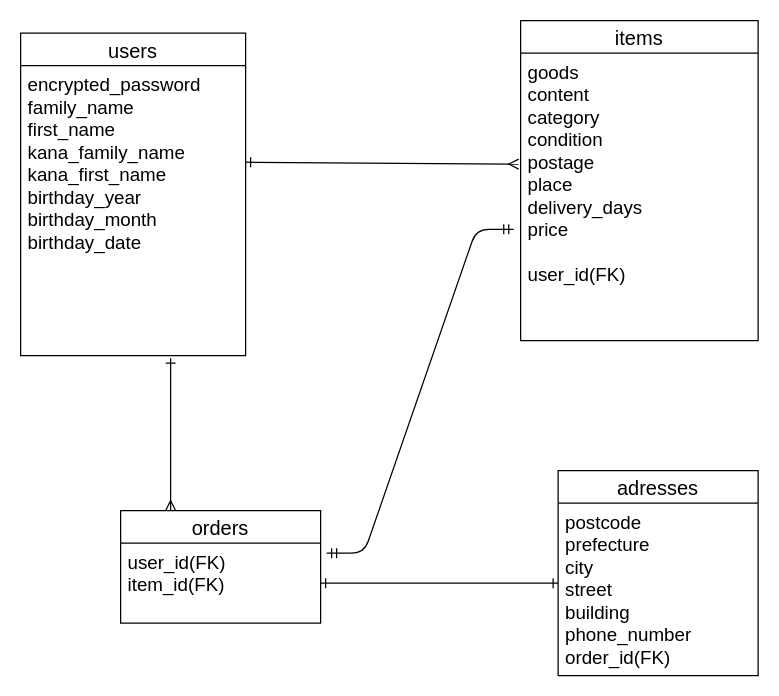
snocoh/furima-38972 keeps this draw.io diagram as er.dio. Above is the earlier version. Source tidied: cells renumbered, new cells numbered last; positions are measured from the earlier drawing's top-left corner, leaving out a move shared by most shapes. Both pictures are drawn from the tidied source at 125%, with x=0, y=0 at pixel (20, 20).
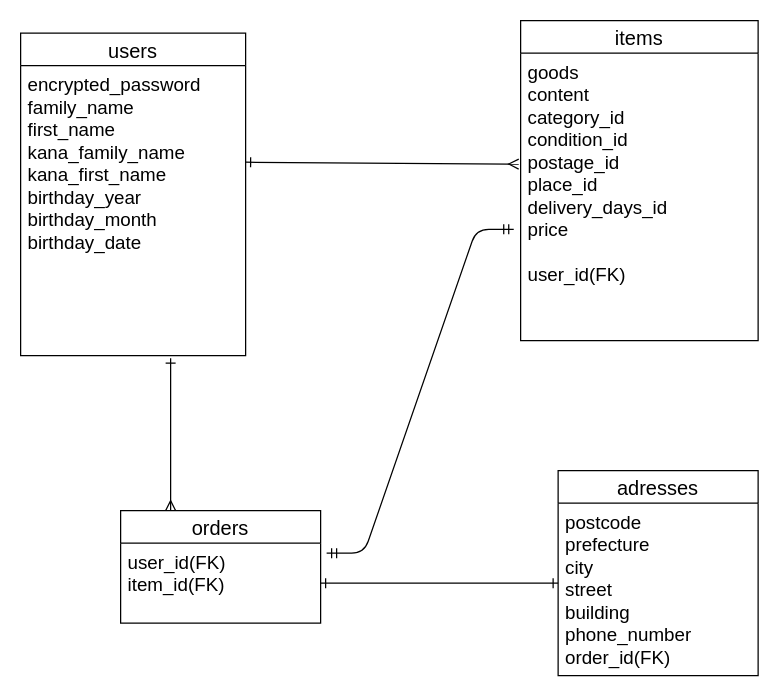
Above is the later version.

Commit message (it also covers changes not shown here):
itemsテーブル修正

Change to the diagram source:
```diff
@@
 <mxGraphModel>
   <root>
     <mxCell id="0" />
     <mxCell id="1" parent="0" />
     <mxCell id="2" value="users" style="swimlane;fontStyle=0;horizontal=1;startSize=26;align=center;fontSize=16;" parent="1" vertex="1">
       <mxGeometry y="10" width="180" height="258" as="geometry" />
     </mxCell>
     <mxCell id="3" value="items" style="swimlane;fontStyle=0;horizontal=1;startSize=26;align=center;fontSize=16;" parent="1" vertex="1">
       <mxGeometry x="400" width="190" height="256" as="geometry" />
     </mxCell>
-    <mxCell id="4" value="goods&#10;content&#10;category&#10;condition&#10;postage&#10;place&#10;delivery_days&#10;price&#10;&#10;user_id(FK)&#10;" style="text;strokeColor=none;fillColor=none;spacingLeft=4;spacingRight=4;overflow=hidden;points=[[0,0.5],[1,0.5]];portConstraint=eastwest;fontSize=15;" parent="3" vertex="1">
+    <mxCell id="4" value="goods&#10;content&#10;category_id&#10;condition_id&#10;postage_id&#10;place_id&#10;delivery_days_id&#10;price&#10;&#10;user_id(FK)&#10;" style="text;strokeColor=none;fillColor=none;spacingLeft=4;spacingRight=4;overflow=hidden;points=[[0,0.5],[1,0.5]];portConstraint=eastwest;fontSize=15;" parent="3" vertex="1">
       <mxGeometry y="26" width="190" height="230" as="geometry" />
     </mxCell>
     <mxCell id="5" value="orders" style="swimlane;fontStyle=0;horizontal=1;startSize=26;align=center;fontSize=16;" parent="1" vertex="1">
       <mxGeometry x="80" y="392" width="160" height="90" as="geometry" />
     </mxCell>
     <mxCell id="6" value="user_id(FK)&#10;item_id(FK)" style="text;strokeColor=none;fillColor=none;spacingLeft=4;spacingRight=4;overflow=hidden;points=[[0,0.5],[1,0.5]];portConstraint=eastwest;fontSize=15;" parent="5" vertex="1">
       <mxGeometry y="26" width="160" height="64" as="geometry" />
     </mxCell>
     <mxCell id="7" value="adresses" style="swimlane;fontStyle=0;horizontal=1;startSize=26;align=center;fontSize=16;" parent="1" vertex="1">
       <mxGeometry x="430" y="360" width="160" height="164" as="geometry" />
     </mxCell>
     <mxCell id="8" value="postcode&#10;prefecture&#10;city&#10;street&#10;building&#10;phone_number&#10;order_id(FK)" style="text;strokeColor=none;fillColor=none;spacingLeft=4;spacingRight=4;overflow=hidden;fontSize=15;" parent="7" vertex="1">
       <mxGeometry y="26" width="160" height="138" as="geometry" />
     </mxCell>
     <mxCell id="9" value="encrypted_password&#10;family_name&#10;first_name&#10;kana_family_name&#10;kana_first_name&#10;birthday_year&#10;birthday_month&#10;birthday_date" style="text;strokeColor=none;fillColor=none;spacingLeft=4;spacingRight=4;overflow=hidden;points=[[0,0.5],[1,0.5]];portConstraint=eastwest;fontSize=15;" parent="1" vertex="1">
       <mxGeometry y="36" width="180" height="232" as="geometry" />
     </mxCell>
     <mxCell id="10" style="edgeStyle=entityRelationEdgeStyle;fontSize=12;html=1;endArrow=ERmandOne;startArrow=ERmandOne;entryX=-0.029;entryY=0.613;entryDx=0;entryDy=0;entryPerimeter=0;exitX=1.03;exitY=0.125;exitDx=0;exitDy=0;exitPerimeter=0;" parent="1" edge="1" source="6" target="4">
       <mxGeometry relative="1" as="geometry" />
     </mxCell>
     <mxCell id="11" style="endArrow=ERone;html=1;rounded=0;startArrow=ERmany;startFill=0;exitX=0.25;exitY=0;exitDx=0;exitDy=0;endFill=0;" parent="1" edge="1" source="5">
       <mxGeometry relative="1" as="geometry">
         <mxPoint x="120" y="270" as="targetPoint" />
       </mxGeometry>
     </mxCell>
     <mxCell id="12" style="endArrow=ERmany;html=1;rounded=0;entryX=-0.008;entryY=0.386;entryDx=0;entryDy=0;entryPerimeter=0;endFill=0;exitX=1;exitY=0.333;exitDx=0;exitDy=0;exitPerimeter=0;startArrow=ERone;startFill=0;" parent="1" edge="1" source="9" target="4">
       <mxGeometry relative="1" as="geometry" />
     </mxCell>
     <mxCell id="13" style="endArrow=ERone;html=1;rounded=0;startArrow=ERone;startFill=0;endFill=0;" parent="1" edge="1">
       <mxGeometry relative="1" as="geometry">
         <mxPoint x="240" y="450" as="sourcePoint" />
         <mxPoint x="430" y="450" as="targetPoint" />
       </mxGeometry>
     </mxCell>
   </root>
 </mxGraphModel>
```
